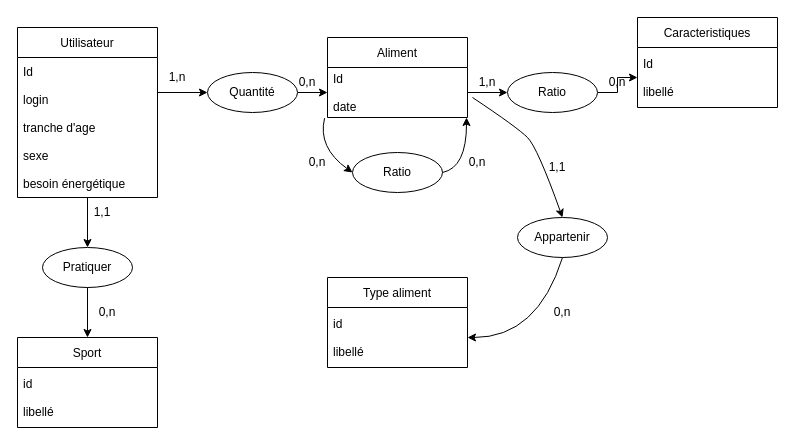
Before: page "Page-1" (1 of 2) of Untitled Diagram.drawio in EzzatAlZahabi/IDAW, a draw.io diagram. Source tidied: cells renumbered, new cells numbered last; positions are measured from the earlier drawing's top-left corner, leaving out a move shared by most shapes. Both pictures are drawn from the tidied source at 100%, with x=0, y=0 at pixel (17, 17).
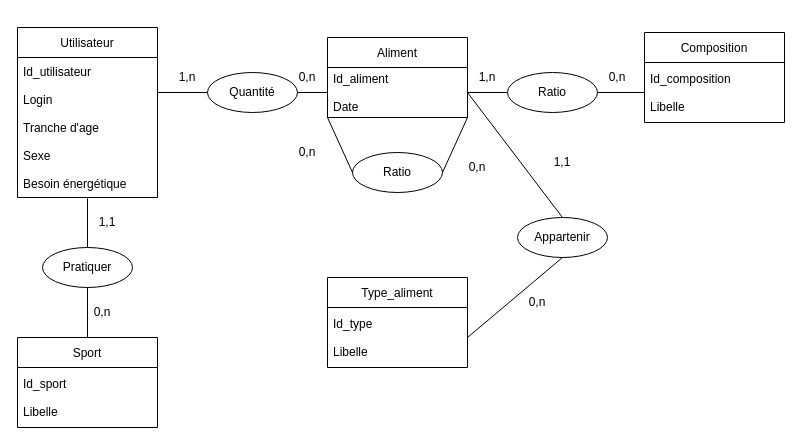
After the change.

Unchanged cells that the change refers to:
```xml
<mxCell id="2" value="Utilisateur" style="swimlane;fontStyle=0;horizontal=1;startSize=30;" parent="1" vertex="1">
  <mxGeometry y="10" width="140" height="170" as="geometry" />
</mxCell>
<mxCell id="4" value="Aliment" style="swimlane;fontStyle=0;horizontal=1;startSize=30;" parent="1" vertex="1">
  <mxGeometry x="310" y="20" width="140" height="80" as="geometry" />
</mxCell>
<mxCell id="9" value="Quantité" style="ellipse;whiteSpace=wrap;html=1;" parent="1" vertex="1">
  <mxGeometry x="190" y="55" width="90" height="40" as="geometry" />
</mxCell>
<mxCell id="13" value="Ratio" style="ellipse;whiteSpace=wrap;html=1;" parent="1" vertex="1">
  <mxGeometry x="490" y="55" width="90" height="40" as="geometry" />
</mxCell>
<mxCell id="18" value="Ratio" style="ellipse;whiteSpace=wrap;html=1;" parent="1" vertex="1">
  <mxGeometry x="335" y="135" width="90" height="40" as="geometry" />
</mxCell>
<mxCell id="23" value="Sport" style="swimlane;fontStyle=0;horizontal=1;startSize=30;" parent="1" vertex="1">
  <mxGeometry y="320" width="140" height="90" as="geometry" />
</mxCell>
<mxCell id="27" value="Appartenir" style="ellipse;whiteSpace=wrap;html=1;" parent="1" vertex="1">
  <mxGeometry x="500" y="200" width="90" height="40" as="geometry" />
</mxCell>
<mxCell id="30" value="Pratiquer" style="ellipse;whiteSpace=wrap;html=1;" parent="1" vertex="1">
  <mxGeometry x="25" y="230" width="90" height="40" as="geometry" />
</mxCell>
```

The edit, as a diff of the source:
```diff
@@
-    <mxCell id="3" value="Id&#10;&#10;login&#10;&#10;tranche d'age&#10;&#10;sexe&#10;&#10;besoin énergétique" style="text;strokeColor=none;fillColor=none;align=left;verticalAlign=middle;spacingLeft=4;spacingRight=4;overflow=hidden;points=[[0,0.5],[1,0.5]];portConstraint=eastwest;" parent="2" vertex="1">
+    <mxCell id="3" value="Id_utilisateur&#10;&#10;Login&#10;&#10;Tranche d'age&#10;&#10;Sexe&#10;&#10;Besoin énergétique" style="text;strokeColor=none;fillColor=none;align=left;verticalAlign=middle;spacingLeft=4;spacingRight=4;overflow=hidden;points=[[0,0.5],[1,0.5]];portConstraint=eastwest;" parent="2" vertex="1">
       <mxGeometry y="30" width="140" height="140" as="geometry" />
     </mxCell>
@@
-    <mxCell id="5" value="Id&#10;&#10;date" style="text;strokeColor=none;fillColor=none;align=left;verticalAlign=middle;spacingLeft=4;spacingRight=4;overflow=hidden;points=[[0,0.5],[1,0.5]];portConstraint=eastwest;" parent="4" vertex="1">
+    <mxCell id="5" value="Id_aliment&#10;&#10;Date" style="text;strokeColor=none;fillColor=none;align=left;verticalAlign=middle;spacingLeft=4;spacingRight=4;overflow=hidden;points=[[0,0.5],[1,0.5]];portConstraint=eastwest;" parent="4" vertex="1">
       <mxGeometry y="30" width="140" height="50" as="geometry" />
     </mxCell>
-    <mxCell id="6" value="Caracteristiques" style="swimlane;fontStyle=0;horizontal=1;startSize=30;" parent="1" vertex="1">
-      <mxGeometry x="620" width="140" height="90" as="geometry" />
+    <mxCell id="6" value="Composition" style="swimlane;fontStyle=0;horizontal=1;startSize=30;" parent="1" vertex="1">
+      <mxGeometry x="627" y="15" width="140" height="90" as="geometry" />
     </mxCell>
-    <mxCell id="7" value="Id&#10;&#10;libellé" style="text;strokeColor=none;fillColor=none;align=left;verticalAlign=middle;spacingLeft=4;spacingRight=4;overflow=hidden;points=[[0,0.5],[1,0.5]];portConstraint=eastwest;" parent="6" vertex="1">
+    <mxCell id="7" value="Id_composition&#10;&#10;Libelle" style="text;strokeColor=none;fillColor=none;align=left;verticalAlign=middle;spacingLeft=4;spacingRight=4;overflow=hidden;points=[[0,0.5],[1,0.5]];portConstraint=eastwest;" parent="6" vertex="1">
       <mxGeometry y="30" width="140" height="60" as="geometry" />
     </mxCell>
-    <mxCell id="8" style="edgeStyle=orthogonalEdgeStyle;rounded=0;jettySize=auto;html=1;exitX=1;exitY=0.5;exitDx=0;exitDy=0;" parent="1" edge="1" source="9" target="5">
-      <mxGeometry relative="1" as="geometry" />
-    </mxCell>
@@
     <mxCell id="10" value="1,n" style="text;html=1;strokeColor=none;fillColor=none;align=center;verticalAlign=middle;whiteSpace=wrap;rounded=0;" parent="1" vertex="1">
-      <mxGeometry x="130" y="45" width="60" height="30" as="geometry" />
+      <mxGeometry x="140" y="45" width="60" height="30" as="geometry" />
     </mxCell>
     <mxCell id="11" value="0,n" style="text;html=1;strokeColor=none;fillColor=none;align=center;verticalAlign=middle;whiteSpace=wrap;rounded=0;" parent="1" vertex="1">
-      <mxGeometry x="260" y="50" width="60" height="30" as="geometry" />
+      <mxGeometry x="260" y="45" width="60" height="30" as="geometry" />
     </mxCell>
-    <mxCell id="12" style="edgeStyle=orthogonalEdgeStyle;rounded=0;jettySize=auto;html=1;exitX=1;exitY=0.5;exitDx=0;exitDy=0;entryX=0;entryY=0.5;entryDx=0;entryDy=0;" parent="1" edge="1" source="13" target="7">
-      <mxGeometry relative="1" as="geometry" />
-    </mxCell>
@@
-    <mxCell id="14" style="edgeStyle=orthogonalEdgeStyle;rounded=0;jettySize=auto;html=1;entryX=0;entryY=0.5;entryDx=0;entryDy=0;exitX=1;exitY=0.25;exitDx=0;exitDy=0;exitPerimeter=0;" parent="1" edge="1" source="3" target="9">
-      <mxGeometry relative="1" as="geometry" />
-    </mxCell>
-    <mxCell id="15" style="edgeStyle=orthogonalEdgeStyle;rounded=0;jettySize=auto;html=1;exitX=1;exitY=0.5;exitDx=0;exitDy=0;" parent="1" edge="1" source="5" target="13">
-      <mxGeometry relative="1" as="geometry" />
-    </mxCell>
     <mxCell id="16" value="1,n" style="text;html=1;strokeColor=none;fillColor=none;align=center;verticalAlign=middle;whiteSpace=wrap;rounded=0;" parent="1" vertex="1">
-      <mxGeometry x="440" y="50" width="60" height="30" as="geometry" />
+      <mxGeometry x="440" y="45" width="60" height="30" as="geometry" />
     </mxCell>
     <mxCell id="17" value="0,n" style="text;html=1;strokeColor=none;fillColor=none;align=center;verticalAlign=middle;whiteSpace=wrap;rounded=0;" parent="1" vertex="1">
-      <mxGeometry x="570" y="50" width="60" height="30" as="geometry" />
+      <mxGeometry x="570" y="45" width="60" height="30" as="geometry" />
     </mxCell>
@@
-    <mxCell id="19" style="curved=1;endArrow=classic;html=1;rounded=0;exitX=1;exitY=0.5;exitDx=0;exitDy=0;entryX=0.993;entryY=1;entryDx=0;entryDy=0;entryPerimeter=0;" parent="1" edge="1" source="18" target="5">
-      <mxGeometry relative="1" as="geometry">
-        <Array as="points">
-          <mxPoint x="449" y="150" />
-        </Array>
-      </mxGeometry>
-    </mxCell>
-    <mxCell id="20" style="curved=1;endArrow=classic;html=1;rounded=0;exitX=-0.021;exitY=1.013;exitDx=0;exitDy=0;exitPerimeter=0;entryX=0;entryY=0.5;entryDx=0;entryDy=0;" parent="1" edge="1" source="5" target="18">
-      <mxGeometry relative="1" as="geometry">
-        <Array as="points">
-          <mxPoint x="300" y="130" />
-        </Array>
-      </mxGeometry>
-    </mxCell>
     <mxCell id="21" value="0,n" style="text;html=1;strokeColor=none;fillColor=none;align=center;verticalAlign=middle;whiteSpace=wrap;rounded=0;" parent="1" vertex="1">
-      <mxGeometry x="270" y="130" width="60" height="30" as="geometry" />
+      <mxGeometry x="260" y="120" width="60" height="30" as="geometry" />
     </mxCell>
     <mxCell id="22" value="0,n" style="text;html=1;strokeColor=none;fillColor=none;align=center;verticalAlign=middle;whiteSpace=wrap;rounded=0;" parent="1" vertex="1">
-      <mxGeometry x="430" y="130" width="60" height="30" as="geometry" />
+      <mxGeometry x="430" y="135" width="60" height="30" as="geometry" />
     </mxCell>
@@
-    <mxCell id="24" value="id&#10;&#10;libellé" style="text;strokeColor=none;fillColor=none;align=left;verticalAlign=middle;spacingLeft=4;spacingRight=4;overflow=hidden;" parent="23" vertex="1">
+    <mxCell id="24" value="Id_sport&#10;&#10;Libelle" style="text;strokeColor=none;fillColor=none;align=left;verticalAlign=middle;spacingLeft=4;spacingRight=4;overflow=hidden;" parent="23" vertex="1">
       <mxGeometry y="30" width="140" height="60" as="geometry" />
     </mxCell>
-    <mxCell id="25" value="Type aliment" style="swimlane;fontStyle=0;horizontal=1;startSize=30;" parent="1" vertex="1">
+    <mxCell id="25" value="Type_aliment" style="swimlane;fontStyle=0;horizontal=1;startSize=30;" parent="1" vertex="1">
       <mxGeometry x="310" y="260" width="140" height="90" as="geometry" />
     </mxCell>
-    <mxCell id="26" value="id&#10;&#10;libellé" style="text;strokeColor=none;fillColor=none;align=left;verticalAlign=middle;spacingLeft=4;spacingRight=4;overflow=hidden;points=[[0,0.5],[1,0.5]];portConstraint=eastwest;" parent="25" vertex="1">
+    <mxCell id="26" value="Id_type&#10;&#10;Libelle" style="text;strokeColor=none;fillColor=none;align=left;verticalAlign=middle;spacingLeft=4;spacingRight=4;overflow=hidden;points=[[0,0.5],[1,0.5]];portConstraint=eastwest;" parent="25" vertex="1">
       <mxGeometry y="30" width="140" height="60" as="geometry" />
     </mxCell>
@@
-    <mxCell id="28" style="curved=1;endArrow=classic;html=1;rounded=0;entryX=0.5;entryY=0;entryDx=0;entryDy=0;exitX=0.25;exitY=1;exitDx=0;exitDy=0;" parent="1" edge="1" source="16" target="27">
-      <mxGeometry relative="1" as="geometry">
-        <Array as="points">
-          <mxPoint x="500" y="110" />
-          <mxPoint x="520" y="130" />
-        </Array>
-      </mxGeometry>
-    </mxCell>
-    <mxCell id="29" style="curved=1;endArrow=classic;html=1;rounded=0;exitX=0.5;exitY=1;exitDx=0;exitDy=0;entryX=1;entryY=0.5;entryDx=0;entryDy=0;" parent="1" edge="1" source="27" target="26">
-      <mxGeometry relative="1" as="geometry">
-        <Array as="points">
-          <mxPoint x="520" y="320" />
-        </Array>
-      </mxGeometry>
-    </mxCell>
@@
-    <mxCell id="31" style="endArrow=classic;html=1;rounded=0;" parent="1" edge="1" target="30">
-      <mxGeometry relative="1" as="geometry">
-        <mxPoint x="70" y="180" as="sourcePoint" />
-      </mxGeometry>
-    </mxCell>
-    <mxCell id="32" style="endArrow=classic;html=1;rounded=0;entryX=0.5;entryY=0;entryDx=0;entryDy=0;exitX=0.5;exitY=1;exitDx=0;exitDy=0;" parent="1" edge="1" source="30" target="23">
-      <mxGeometry relative="1" as="geometry" />
-    </mxCell>
     <mxCell id="33" value="1,1" style="text;html=1;strokeColor=none;fillColor=none;align=center;verticalAlign=middle;whiteSpace=wrap;rounded=0;" parent="1" vertex="1">
-      <mxGeometry x="55" y="180" width="60" height="30" as="geometry" />
+      <mxGeometry x="60" y="190" width="60" height="30" as="geometry" />
     </mxCell>
     <mxCell id="34" value="0,n" style="text;html=1;strokeColor=none;fillColor=none;align=center;verticalAlign=middle;whiteSpace=wrap;rounded=0;" parent="1" vertex="1">
-      <mxGeometry x="60" y="280" width="60" height="30" as="geometry" />
+      <mxGeometry x="55" y="280" width="60" height="30" as="geometry" />
     </mxCell>
     <mxCell id="35" value="1,1" style="text;html=1;strokeColor=none;fillColor=none;align=center;verticalAlign=middle;whiteSpace=wrap;rounded=0;" parent="1" vertex="1">
-      <mxGeometry x="510" y="135" width="60" height="30" as="geometry" />
+      <mxGeometry x="515" y="130" width="60" height="30" as="geometry" />
     </mxCell>
     <mxCell id="36" value="0,n" style="text;html=1;strokeColor=none;fillColor=none;align=center;verticalAlign=middle;whiteSpace=wrap;rounded=0;" parent="1" vertex="1">
-      <mxGeometry x="515" y="280" width="60" height="30" as="geometry" />
+      <mxGeometry x="490" y="270" width="60" height="30" as="geometry" />
     </mxCell>
+    <mxCell id="37" style="endArrow=none;html=1;rounded=0;" parent="1" edge="1">
+      <mxGeometry relative="1" as="geometry">
+        <mxPoint x="140" y="75" as="sourcePoint" />
+        <mxPoint x="190" y="75" as="targetPoint" />
+      </mxGeometry>
+    </mxCell>
+    <mxCell id="8" style="endArrow=none;html=1;rounded=0;exitX=1;exitY=0.5;exitDx=0;exitDy=0;entryX=0;entryY=0.5;entryDx=0;entryDy=0;" parent="1" edge="1" source="9" target="5">
+      <mxGeometry relative="1" as="geometry" />
+    </mxCell>
+    <mxCell id="38" style="endArrow=none;html=1;rounded=0;exitX=0;exitY=0.5;exitDx=0;exitDy=0;" parent="1" edge="1" source="13" target="5">
+      <mxGeometry relative="1" as="geometry" />
+    </mxCell>
+    <mxCell id="12" style="endArrow=none;html=1;rounded=0;exitX=1;exitY=0.5;exitDx=0;exitDy=0;" parent="1" edge="1" source="13" target="7">
+      <mxGeometry relative="1" as="geometry" />
+    </mxCell>
+    <mxCell id="39" style="endArrow=none;html=1;rounded=0;entryX=1;entryY=0.5;entryDx=0;entryDy=0;exitX=0.5;exitY=0;exitDx=0;exitDy=0;" parent="1" edge="1" source="27" target="5">
+      <mxGeometry relative="1" as="geometry" />
+    </mxCell>
+    <mxCell id="40" style="endArrow=none;html=1;rounded=0;entryX=0.5;entryY=1;entryDx=0;entryDy=0;exitX=1;exitY=0.5;exitDx=0;exitDy=0;" parent="1" edge="1" source="26" target="27">
+      <mxGeometry relative="1" as="geometry" />
+    </mxCell>
+    <mxCell id="41" style="endArrow=none;html=1;rounded=0;exitX=1;exitY=0.5;exitDx=0;exitDy=0;" parent="1" edge="1" source="18">
+      <mxGeometry relative="1" as="geometry">
+        <mxPoint x="450" y="100" as="targetPoint" />
+      </mxGeometry>
+    </mxCell>
+    <mxCell id="42" style="endArrow=none;html=1;rounded=0;entryX=0;entryY=0.5;entryDx=0;entryDy=0;" parent="1" edge="1" target="18">
+      <mxGeometry relative="1" as="geometry">
+        <mxPoint x="310" y="100" as="sourcePoint" />
+      </mxGeometry>
+    </mxCell>
+    <mxCell id="43" style="endArrow=none;html=1;rounded=0;entryX=0.5;entryY=1.006;entryDx=0;entryDy=0;entryPerimeter=0;" parent="1" edge="1" source="30" target="3">
+      <mxGeometry relative="1" as="geometry" />
+    </mxCell>
+    <mxCell id="44" style="endArrow=none;html=1;rounded=0;exitX=0.5;exitY=0;exitDx=0;exitDy=0;" parent="1" edge="1" source="23" target="30">
+      <mxGeometry relative="1" as="geometry" />
+    </mxCell>
```
